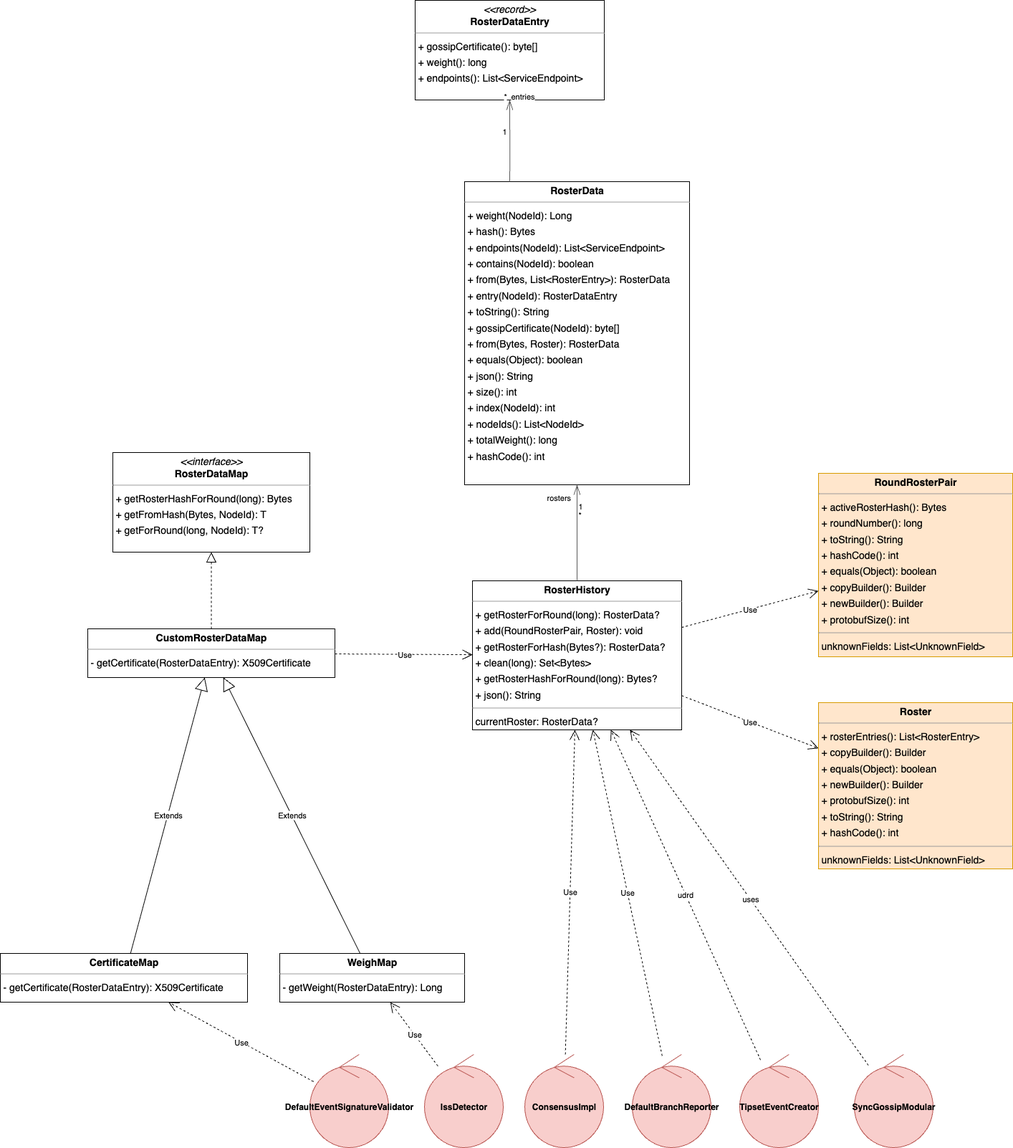
Above: platform-sdk/docs/proposals/roster-change/roster-data-all.png in hiero-ledger/hiero-consensus-node (draw.io), before the change. Source tidied: cells renumbered, new cells last; positions are measured from the earlier drawing's top-left corner, leaving out a move shared by most shapes.
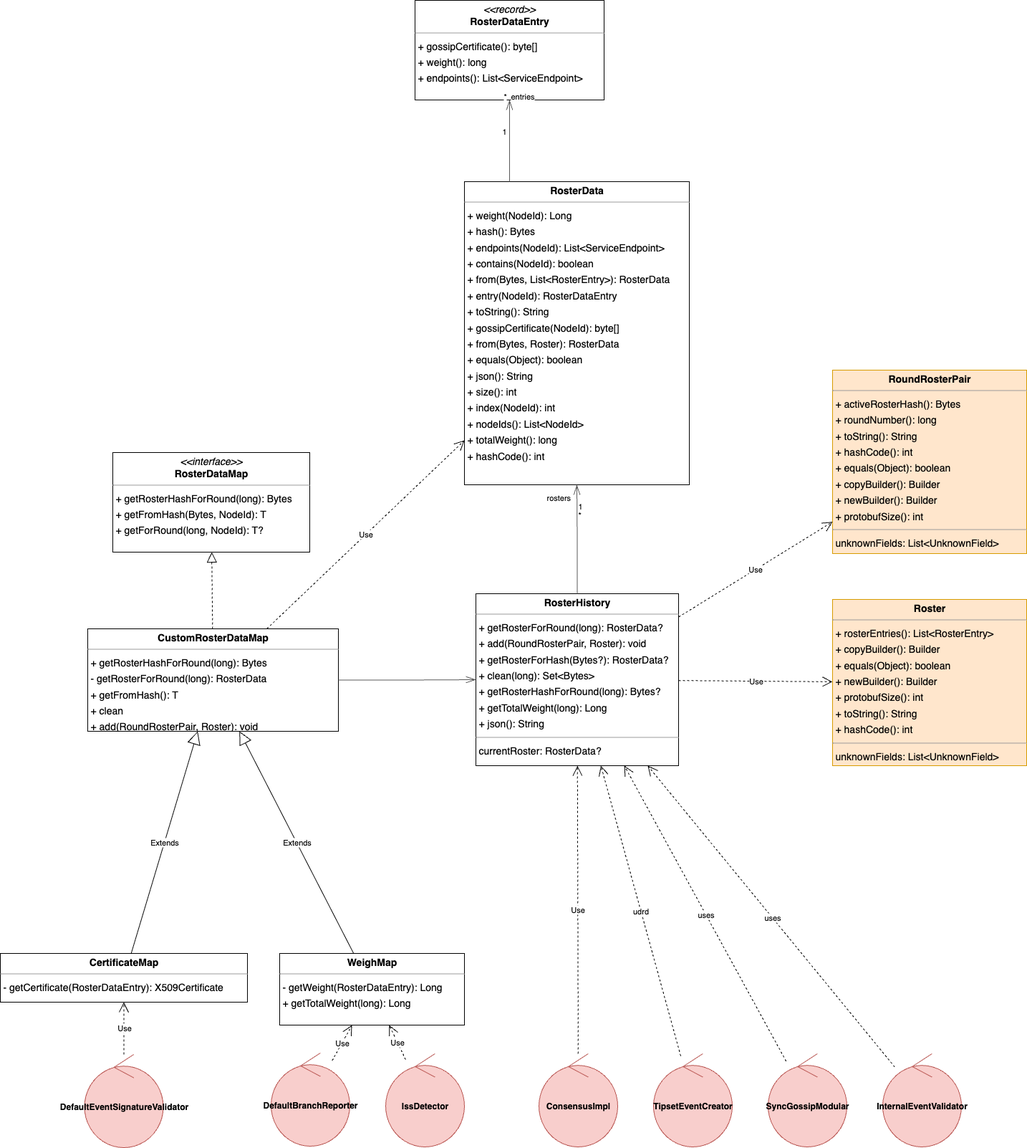
The same file after the commit.

What changed in the source:
```diff
@@ -6,7 +6,7 @@
       <mxGeometry y="1330" width="345" height="68" as="geometry" />
     </mxCell>
     <mxCell id="3" value="&lt;p style=&quot;margin:0px;margin-top:4px;text-align:center;&quot;&gt;&lt;b&gt;Roster&lt;/b&gt;&lt;/p&gt;&lt;hr size=&quot;1&quot;/&gt;&lt;p style=&quot;margin:0 0 0 4px;line-height:1.6;&quot;&gt;+ rosterEntries(): List&amp;lt;RosterEntry&amp;gt;&lt;br/&gt;+ copyBuilder(): Builder&lt;br/&gt;+ equals(Object): boolean&lt;br/&gt;+ newBuilder(): Builder&lt;br/&gt;+ protobufSize(): int&lt;br/&gt;+ toString(): String&lt;br/&gt;+ hashCode(): int&lt;/p&gt;&lt;hr size=&quot;1&quot;/&gt;&lt;p style=&quot;margin:0 0 0 4px;line-height:1.6;&quot;&gt; unknownFields: List&amp;lt;UnknownField&amp;gt;&lt;/p&gt;" style="verticalAlign=top;align=left;overflow=fill;fontSize=14;fontFamily=Helvetica;html=1;rounded=0;shadow=0;comic=0;labelBackgroundColor=none;strokeWidth=1;fillColor=#ffe6cc;strokeColor=#d79b00;" parent="1" vertex="1">
-      <mxGeometry x="1142" y="980" width="271" height="232" as="geometry" />
+      <mxGeometry x="1162" y="836" width="271" height="232" as="geometry" />
     </mxCell>
     <mxCell id="4" value="&lt;p style=&quot;margin:0px;margin-top:4px;text-align:center;&quot;&gt;&lt;b&gt;RosterData&lt;/b&gt;&lt;/p&gt;&lt;hr size=&quot;1&quot;/&gt;&lt;p style=&quot;margin:0 0 0 4px;line-height:1.6;&quot;&gt;+ weight(NodeId): Long&lt;br/&gt;+ hash(): Bytes&lt;br/&gt;+ endpoints(NodeId): List&amp;lt;ServiceEndpoint&amp;gt;&lt;br/&gt;+ contains(NodeId): boolean&lt;br/&gt;+ from(Bytes, List&amp;lt;RosterEntry&amp;gt;): RosterData&lt;br/&gt;+ entry(NodeId): RosterDataEntry&lt;br/&gt;+ toString(): String&lt;br/&gt;+ gossipCertificate(NodeId): byte[]&lt;br/&gt;+ from(Bytes, Roster): RosterData&lt;br/&gt;+ equals(Object): boolean&lt;br/&gt;+ json(): String&lt;br/&gt;+ size(): int&lt;br/&gt;+ index(NodeId): int&lt;br/&gt;+ nodeIds(): List&amp;lt;NodeId&amp;gt;&lt;br/&gt;+ totalWeight(): long&lt;br/&gt;+ hashCode(): int&lt;/p&gt;" style="verticalAlign=top;align=left;overflow=fill;fontSize=14;fontFamily=Helvetica;html=1;rounded=0;shadow=0;comic=0;labelBackgroundColor=none;strokeWidth=1;" parent="1" vertex="1">
       <mxGeometry x="648" y="253" width="314" height="423" as="geometry" />
@@ -17,14 +17,14 @@
     <mxCell id="6" value="&lt;p style=&quot;margin:0px;margin-top:4px;text-align:center;&quot;&gt;&lt;i&gt;&amp;lt;&amp;lt;interface&amp;gt;&amp;gt;&lt;/i&gt;&lt;br/&gt;&lt;b&gt;RosterDataMap&lt;T&gt;&lt;/b&gt;&lt;/p&gt;&lt;hr size=&quot;1&quot;/&gt;&lt;p style=&quot;margin:0 0 0 4px;line-height:1.6;&quot;&gt;+ getRosterHashForRound(long): Bytes&lt;br/&gt;+ getFromHash(Bytes, NodeId): T&lt;br/&gt;+ getForRound(long, NodeId): T?&lt;/p&gt;" style="verticalAlign=top;align=left;overflow=fill;fontSize=14;fontFamily=Helvetica;html=1;rounded=0;shadow=0;comic=0;labelBackgroundColor=none;strokeWidth=1;" parent="1" vertex="1">
       <mxGeometry x="157" y="631" width="275" height="139" as="geometry" />
     </mxCell>
-    <mxCell id="7" value="&lt;p style=&quot;margin:0px;margin-top:4px;text-align:center;&quot;&gt;&lt;b&gt;RosterHistory&lt;/b&gt;&lt;/p&gt;&lt;hr size=&quot;1&quot;/&gt;&lt;p style=&quot;margin:0 0 0 4px;line-height:1.6;&quot;&gt;+ getRosterForRound(long): RosterData?&lt;br/&gt;+ add(RoundRosterPair, Roster): void&lt;br/&gt;+ getRosterForHash(Bytes?): RosterData?&lt;br/&gt;+ clean(long): Set&amp;lt;Bytes&amp;gt;&lt;br/&gt;+ getRosterHashForRound(long): Bytes?&lt;br/&gt;+ json(): String&lt;/p&gt;&lt;hr size=&quot;1&quot;/&gt;&lt;p style=&quot;margin:0 0 0 4px;line-height:1.6;&quot;&gt; currentRoster: RosterData?&lt;/p&gt;" style="verticalAlign=top;align=left;overflow=fill;fontSize=14;fontFamily=Helvetica;html=1;rounded=0;shadow=0;comic=0;labelBackgroundColor=none;strokeWidth=1;" parent="1" vertex="1">
-      <mxGeometry x="659" y="810" width="292" height="208" as="geometry" />
+    <mxCell id="7" value="&lt;p style=&quot;margin:0px;margin-top:4px;text-align:center;&quot;&gt;&lt;b&gt;RosterHistory&lt;/b&gt;&lt;/p&gt;&lt;hr size=&quot;1&quot;&gt;&lt;p style=&quot;margin:0 0 0 4px;line-height:1.6;&quot;&gt;+ getRosterForRound(long): RosterData?&lt;br&gt;+ add(RoundRosterPair, Roster): void&lt;br&gt;+ getRosterForHash(Bytes?): RosterData?&lt;br&gt;+ clean(long): Set&amp;lt;Bytes&amp;gt;&lt;br&gt;+ getRosterHashForRound(long): Bytes?&lt;br&gt;+&amp;nbsp;&lt;span style=&quot;color: light-dark(rgb(0, 0, 0), rgb(255, 255, 255)); background-color: transparent;&quot;&gt;getTotalWeight(long): Long&lt;/span&gt;&lt;/p&gt;&lt;p style=&quot;margin: 0px 0px 0px 4px; line-height: 1.6;&quot;&gt;+ json(): String&lt;/p&gt;&lt;hr size=&quot;1&quot;&gt;&lt;p style=&quot;margin:0 0 0 4px;line-height:1.6;&quot;&gt; currentRoster: RosterData?&lt;/p&gt;" style="verticalAlign=top;align=left;overflow=fill;fontSize=14;fontFamily=Helvetica;html=1;rounded=0;shadow=0;comic=0;labelBackgroundColor=none;strokeWidth=1;" parent="1" vertex="1">
+      <mxGeometry x="664" y="828" width="283" height="240" as="geometry" />
     </mxCell>
     <mxCell id="8" value="&lt;p style=&quot;margin:0px;margin-top:4px;text-align:center;&quot;&gt;&lt;b&gt;RoundRosterPair&lt;/b&gt;&lt;/p&gt;&lt;hr size=&quot;1&quot;/&gt;&lt;p style=&quot;margin:0 0 0 4px;line-height:1.6;&quot;&gt;+ activeRosterHash(): Bytes&lt;br/&gt;+ roundNumber(): long&lt;br/&gt;+ toString(): String&lt;br/&gt;+ hashCode(): int&lt;br/&gt;+ equals(Object): boolean&lt;br/&gt;+ copyBuilder(): Builder&lt;br/&gt;+ newBuilder(): Builder&lt;br/&gt;+ protobufSize(): int&lt;/p&gt;&lt;hr size=&quot;1&quot;/&gt;&lt;p style=&quot;margin:0 0 0 4px;line-height:1.6;&quot;&gt; unknownFields: List&amp;lt;UnknownField&amp;gt;&lt;/p&gt;" style="verticalAlign=top;align=left;overflow=fill;fontSize=14;fontFamily=Helvetica;html=1;rounded=0;shadow=0;comic=0;labelBackgroundColor=none;strokeWidth=1;fillColor=#ffe6cc;strokeColor=#d79b00;" parent="1" vertex="1">
-      <mxGeometry x="1142" y="660" width="271" height="256" as="geometry" />
+      <mxGeometry x="1162" y="516" width="271" height="256" as="geometry" />
     </mxCell>
-    <mxCell id="9" value="&lt;p style=&quot;margin:0px;margin-top:4px;text-align:center;&quot;&gt;&lt;b&gt;WeighMap&lt;/b&gt;&lt;/p&gt;&lt;hr size=&quot;1&quot;/&gt;&lt;p style=&quot;margin:0 0 0 4px;line-height:1.6;&quot;&gt;- getWeight(RosterDataEntry): Long&lt;/p&gt;" style="verticalAlign=top;align=left;overflow=fill;fontSize=14;fontFamily=Helvetica;html=1;rounded=0;shadow=0;comic=0;labelBackgroundColor=none;strokeWidth=1;" parent="1" vertex="1">
-      <mxGeometry x="390" y="1330" width="258" height="68" as="geometry" />
+    <mxCell id="9" value="&lt;p style=&quot;margin:0px;margin-top:4px;text-align:center;&quot;&gt;&lt;b&gt;WeighMap&lt;/b&gt;&lt;/p&gt;&lt;hr size=&quot;1&quot;&gt;&lt;p style=&quot;margin:0 0 0 4px;line-height:1.6;&quot;&gt;- getWeight(RosterDataEntry): Long&lt;/p&gt;&lt;p style=&quot;margin:0 0 0 4px;line-height:1.6;&quot;&gt;+&amp;nbsp;&lt;span style=&quot;background-color: transparent; color: light-dark(rgb(0, 0, 0), rgb(255, 255, 255));&quot;&gt;getTotalWeight(long): Long&lt;/span&gt;&lt;/p&gt;" style="verticalAlign=top;align=left;overflow=fill;fontSize=14;fontFamily=Helvetica;html=1;rounded=0;shadow=0;comic=0;labelBackgroundColor=none;strokeWidth=1;" parent="1" vertex="1">
+      <mxGeometry x="390" y="1330" width="258" height="100" as="geometry" />
     </mxCell>
     <mxCell id="10" style="html=1;rounded=1;edgeStyle=orthogonalEdgeStyle;dashed=0;startArrow=diamondThinstartSize=12;endArrow=openThin;endSize=12;strokeColor=#595959;exitX=0.201;exitY=0.000;exitDx=0;exitDy=0;entryX=0.500;entryY=1.000;entryDx=0;entryDy=0;" parent="1" edge="1" source="4" target="5">
       <mxGeometry relative="1" as="geometry" />
@@ -59,11 +59,11 @@
     <mxCell id="20" value="Use" style="endArrow=open;endSize=12;dashed=1;html=1;rounded=0;" parent="1" edge="1" source="7" target="8">
       <mxGeometry relative="1" as="geometry" />
     </mxCell>
-    <mxCell id="21" value="Use" style="endArrow=open;endSize=12;dashed=1;html=1;rounded=0;" parent="1" edge="1" source="22" target="7">
+    <mxCell id="21" value="Use" style="endArrow=open;endSize=12;dashed=1;html=1;rounded=0;" parent="1" edge="1" source="22" target="4">
       <mxGeometry relative="1" as="geometry" />
     </mxCell>
-    <mxCell id="22" value="&lt;p style=&quot;margin:0px;margin-top:4px;text-align:center;&quot;&gt;&lt;b&gt;CustomRosterDataMap&lt;/b&gt;&lt;/p&gt;&lt;hr size=&quot;1&quot;&gt;&lt;p style=&quot;margin:0 0 0 4px;line-height:1.6;&quot;&gt;- getCertificate(RosterDataEntry): X509Certificate&lt;/p&gt;" style="verticalAlign=top;align=left;overflow=fill;fontSize=14;fontFamily=Helvetica;html=1;rounded=0;shadow=0;comic=0;labelBackgroundColor=none;strokeWidth=1;" parent="1" vertex="1">
-      <mxGeometry x="122" y="877" width="345" height="68" as="geometry" />
+    <mxCell id="22" value="&lt;p style=&quot;margin:0px;margin-top:4px;text-align:center;&quot;&gt;&lt;b&gt;CustomRosterDataMap&lt;/b&gt;&lt;/p&gt;&lt;hr size=&quot;1&quot;&gt;&lt;p style=&quot;margin:0 0 0 4px;line-height:1.6;&quot;&gt;+ getRosterHashForRound(long): Bytes&lt;/p&gt;&lt;p style=&quot;margin:0 0 0 4px;line-height:1.6;&quot;&gt;- getRosterForRound(long): RosterData&lt;/p&gt;&lt;p style=&quot;margin:0 0 0 4px;line-height:1.6;&quot;&gt;+ getFromHash(): T&lt;/p&gt;&lt;p style=&quot;margin:0 0 0 4px;line-height:1.6;&quot;&gt;+ clean&lt;/p&gt;&lt;p style=&quot;margin:0 0 0 4px;line-height:1.6;&quot;&gt;+ add(RoundRosterPair, Roster): void&lt;/p&gt;&lt;p style=&quot;margin:0 0 0 4px;line-height:1.6;&quot;&gt;&lt;br&gt;&lt;/p&gt;&lt;p style=&quot;margin:0 0 0 4px;line-height:1.6;&quot;&gt;&lt;br&gt;&lt;/p&gt;" style="verticalAlign=top;align=left;overflow=fill;fontSize=14;fontFamily=Helvetica;html=1;rounded=0;shadow=0;comic=0;labelBackgroundColor=none;strokeWidth=1;" parent="1" vertex="1">
+      <mxGeometry x="122" y="877" width="350" height="143" as="geometry" />
     </mxCell>
     <mxCell id="23" value="Extends" style="endArrow=block;endSize=16;endFill=0;html=1;rounded=0;" parent="1" edge="1" source="2" target="22">
       <mxGeometry relative="1" as="geometry" />
@@ -72,22 +72,22 @@
       <mxGeometry relative="1" as="geometry" />
     </mxCell>
     <mxCell id="25" value="&lt;b&gt;SyncGossipModular&lt;/b&gt;" style="ellipse;shape=umlControl;whiteSpace=wrap;html=1;fillColor=#f8cecc;strokeColor=#b85450;" parent="1" vertex="1">
-      <mxGeometry x="1192" y="1471" width="110" height="130" as="geometry" />
+      <mxGeometry x="1072" y="1470" width="110" height="130" as="geometry" />
     </mxCell>
     <mxCell id="26" value="&lt;b&gt;IssDetector&lt;/b&gt;" style="ellipse;shape=umlControl;whiteSpace=wrap;html=1;fillColor=#f8cecc;strokeColor=#b85450;" parent="1" vertex="1">
-      <mxGeometry x="592" y="1471" width="110" height="130" as="geometry" />
+      <mxGeometry x="538" y="1470" width="110" height="130" as="geometry" />
     </mxCell>
     <mxCell id="27" value="&lt;b&gt;DefaultBranchReporter&lt;/b&gt;" style="ellipse;shape=umlControl;whiteSpace=wrap;html=1;fillColor=#f8cecc;strokeColor=#b85450;" parent="1" vertex="1">
-      <mxGeometry x="882" y="1471" width="110" height="130" as="geometry" />
+      <mxGeometry x="378" y="1469" width="110" height="130" as="geometry" />
     </mxCell>
     <mxCell id="28" value="&lt;b&gt;ConsensusImpl&lt;/b&gt;" style="ellipse;shape=umlControl;whiteSpace=wrap;html=1;fillColor=#f8cecc;strokeColor=#b85450;" parent="1" vertex="1">
-      <mxGeometry x="732" y="1471" width="110" height="130" as="geometry" />
+      <mxGeometry x="752" y="1470" width="110" height="130" as="geometry" />
     </mxCell>
     <mxCell id="29" value="&lt;b&gt;DefaultEventSignatureValidator&lt;/b&gt;" style="ellipse;shape=umlControl;whiteSpace=wrap;html=1;fillColor=#f8cecc;strokeColor=#b85450;" parent="1" vertex="1">
-      <mxGeometry x="432" y="1471" width="110" height="130" as="geometry" />
+      <mxGeometry x="117.5" y="1471" width="110" height="130" as="geometry" />
     </mxCell>
     <mxCell id="30" value="&lt;b&gt;TipsetEventCreator&lt;/b&gt;" style="ellipse;shape=umlControl;whiteSpace=wrap;html=1;fillColor=#f8cecc;strokeColor=#b85450;" parent="1" vertex="1">
-      <mxGeometry x="1032" y="1471" width="110" height="130" as="geometry" />
+      <mxGeometry x="912" y="1470" width="110" height="130" as="geometry" />
     </mxCell>
     <mxCell id="31" value="uses" style="endArrow=open;endSize=12;dashed=1;html=1;rounded=0;" parent="1" edge="1" source="25" target="7">
       <mxGeometry x="-0.01" relative="1" as="geometry" />
@@ -104,8 +104,26 @@
     <mxCell id="35" value="Use" style="endArrow=open;endSize=12;dashed=1;html=1;rounded=0;" parent="1" edge="1" source="26" target="9">
       <mxGeometry relative="1" as="geometry" />
     </mxCell>
-    <mxCell id="36" value="Use" style="endArrow=open;endSize=12;dashed=1;html=1;rounded=0;" parent="1" edge="1" source="27" target="7">
+    <mxCell id="36" value="Use" style="endArrow=open;endSize=12;dashed=1;html=1;rounded=0;" parent="1" edge="1" source="27" target="9">
       <mxGeometry relative="1" as="geometry" />
     </mxCell>
+    <mxCell id="37" value="&lt;b&gt;InternalEventValidator&lt;/b&gt;" style="ellipse;shape=umlControl;whiteSpace=wrap;html=1;fillColor=#f8cecc;strokeColor=#b85450;" parent="1" vertex="1">
+      <mxGeometry x="1232" y="1470" width="110" height="130" as="geometry" />
+    </mxCell>
+    <mxCell id="38" value="uses" style="endArrow=open;endSize=12;dashed=1;html=1;rounded=0;" parent="1" edge="1" source="37" target="7">
+      <mxGeometry x="-0.01" relative="1" as="geometry" />
+    </mxCell>
+    <mxCell id="39" style="html=1;rounded=1;edgeStyle=orthogonalEdgeStyle;dashed=0;startArrow=diamondThinstartSize=12;endArrow=openThin;endSize=12;strokeColor=#595959;" parent="1" edge="1" source="22" target="7">
+      <mxGeometry relative="1" as="geometry" />
+    </mxCell>
+    <mxCell id="40" value="1" style="edgeLabel;html=1;align=left;verticalAlign=top;strokeColor=default;" parent="39" vertex="1">
+      <mxGeometry x="53" y="983" as="geometry" />
+    </mxCell>
+    <mxCell id="41" value="*" style="edgeLabel;html=1;align=left;verticalAlign=top;strokeColor=default;" parent="39" vertex="1">
+      <mxGeometry x="53" y="995" as="geometry" />
+    </mxCell>
+    <mxCell id="42" value="rosters" style="edgeLabel;html=1;align=left;verticalAlign=top;strokeColor=default;" parent="39" vertex="1">
+      <mxGeometry x="9" y="971" as="geometry" />
+    </mxCell>
   </root>
 </mxGraphModel>
```
